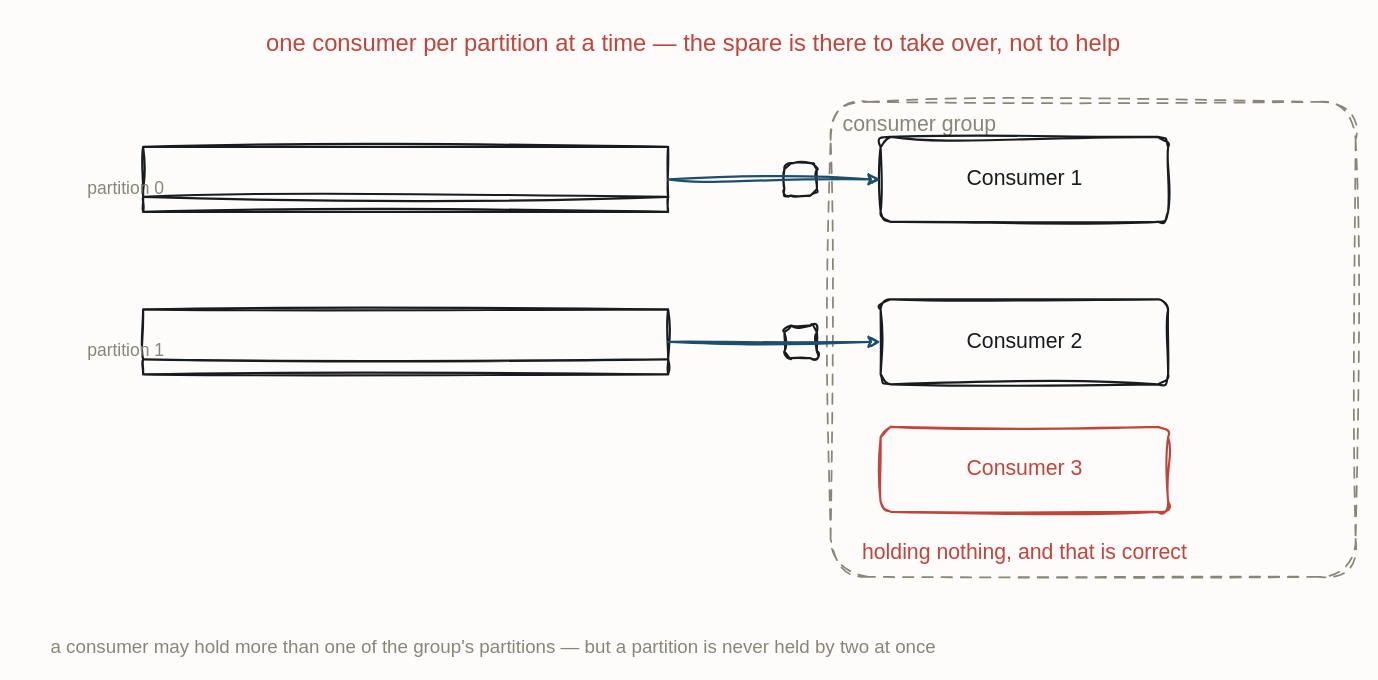
This is resources/qs-stream-consumer-groups.drawio from iancooper/practical-messaging, a draw.io file, before an edit. Source tidied: cells renumbered, new cells numbered last; positions are measured from the earlier drawing's top-left corner, leaving out a move shared by most shapes. Both pictures are drawn from the tidied source at 125%, with x=0, y=0 at pixel (50, 21).
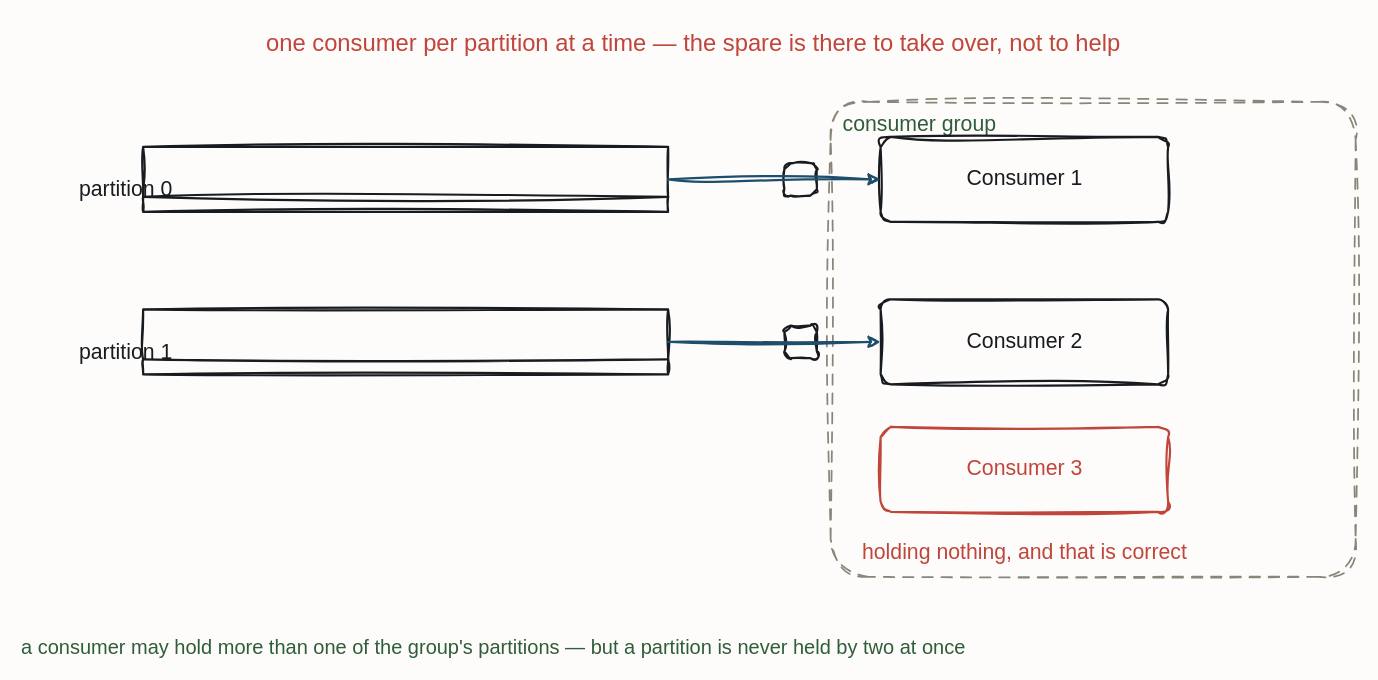
Above is the later version.

Change to the diagram source:
```diff
@@
 <mxGraphModel background="#FDFCFA">
   <root>
     <mxCell id="0" />
     <mxCell id="1" parent="0" />
-    <mxCell id="2" value="consumer group" style="sketch=1;hachureGap=4;jiggle=2;curveFitting=1;fontFamily=Caveat;html=1;rounded=1;arcSize=8;verticalAlign=top;align=left;spacingLeft=8;spacingTop=2;fillColor=none;strokeColor=#8A8578;strokeWidth=1.4;fontColor=#8A8578;fontSize=17;dashed=1;dashPattern=6 5;" parent="1" vertex="1">
+    <mxCell id="2" value="consumer group" style="sketch=1;hachureGap=4;jiggle=2;curveFitting=1;fontFamily=Caveat;html=1;rounded=1;arcSize=8;verticalAlign=top;align=left;spacingLeft=8;spacingTop=2;fillColor=none;strokeColor=#8A8578;strokeWidth=1.4;fontColor=#2F5D3A;fontSize=17;dashed=1;dashPattern=6 5;" parent="1" vertex="1">
       <mxGeometry x="624" y="64" width="420" height="380" as="geometry" />
     </mxCell>
     <mxCell id="3" value="one consumer per partition at a time — the spare is there to take over, not to help" style="text;html=1;align=center;fontFamily=Caveat;fontSize=19;fontColor=#C0453B;" parent="1" vertex="1">
       <mxGeometry x="454" width="120" height="20" as="geometry" />
     </mxCell>
     <mxCell id="4" style="sketch=1;hachureGap=4;jiggle=2;curveFitting=1;fontFamily=Caveat;html=1;shape=table;childLayout=tableLayout;verticalLabelPosition=bottom;verticalAlign=top;strokeColor=#181B1F;strokeWidth=1.7;fillColor=#FDFCFA;fontColor=#181B1F;fontSize=17;" parent="1" vertex="1">
       <mxGeometry x="74" y="100" width="420" height="52" as="geometry" />
     </mxCell>
-    <mxCell id="5" value="partition 0" style="text;html=1;align=center;fontFamily=Caveat;fontSize=14;fontColor=#8A8578;" parent="1" vertex="1">
+    <mxCell id="5" value="partition 0" style="text;html=1;align=center;fontFamily=Caveat;fontSize=17;fontColor=#181B1F;" parent="1" vertex="1">
       <mxGeometry y="118" width="120" height="20" as="geometry" />
     </mxCell>
     <mxCell id="6" value="Consumer 1" style="sketch=1;hachureGap=4;jiggle=2;curveFitting=1;fontFamily=Caveat;html=1;rounded=1;arcSize=12;strokeColor=#181B1F;strokeWidth=1.7;fillColor=none;fontColor=#181B1F;fontSize=17;" parent="1" vertex="1">
       <mxGeometry x="664" y="92" width="230" height="68" as="geometry" />
     </mxCell>
     <mxCell id="7" style="sketch=1;hachureGap=4;jiggle=2;curveFitting=1;fontFamily=Caveat;html=1;rounded=1;arcSize=20;verticalLabelPosition=bottom;verticalAlign=top;strokeColor=#181B1F;strokeWidth=1.7;fillColor=#FDFCFA;fontColor=#181B1F;fontSize=12;" parent="1" vertex="1">
       <mxGeometry x="587" y="113" width="26" height="26" as="geometry" />
     </mxCell>
     <mxCell id="8" style="sketch=1;hachureGap=4;jiggle=2;curveFitting=1;fontFamily=Caveat;html=1;shape=table;childLayout=tableLayout;verticalLabelPosition=bottom;verticalAlign=top;strokeColor=#181B1F;strokeWidth=1.7;fillColor=#FDFCFA;fontColor=#181B1F;fontSize=17;" parent="1" vertex="1">
       <mxGeometry x="74" y="230" width="420" height="52" as="geometry" />
     </mxCell>
-    <mxCell id="9" value="partition 1" style="text;html=1;align=center;fontFamily=Caveat;fontSize=14;fontColor=#8A8578;" parent="1" vertex="1">
+    <mxCell id="9" value="partition 1" style="text;html=1;align=center;fontFamily=Caveat;fontSize=17;fontColor=#181B1F;" parent="1" vertex="1">
       <mxGeometry y="248" width="120" height="20" as="geometry" />
     </mxCell>
     <mxCell id="10" value="Consumer 2" style="sketch=1;hachureGap=4;jiggle=2;curveFitting=1;fontFamily=Caveat;html=1;rounded=1;arcSize=12;strokeColor=#181B1F;strokeWidth=1.7;fillColor=none;fontColor=#181B1F;fontSize=17;" parent="1" vertex="1">
       <mxGeometry x="664" y="222" width="230" height="68" as="geometry" />
     </mxCell>
     <mxCell id="11" style="sketch=1;hachureGap=4;jiggle=2;curveFitting=1;fontFamily=Caveat;html=1;rounded=1;arcSize=20;verticalLabelPosition=bottom;verticalAlign=top;strokeColor=#181B1F;strokeWidth=1.7;fillColor=#FDFCFA;fontColor=#181B1F;fontSize=12;" parent="1" vertex="1">
       <mxGeometry x="587" y="243" width="26" height="26" as="geometry" />
     </mxCell>
     <mxCell id="12" value="Consumer 3" style="sketch=1;hachureGap=4;jiggle=2;curveFitting=1;fontFamily=Caveat;html=1;rounded=1;arcSize=12;strokeColor=#C0453B;strokeWidth=1.7;fillColor=none;fontColor=#C0453B;fontSize=17;" parent="1" vertex="1">
       <mxGeometry x="664" y="324" width="230" height="68" as="geometry" />
     </mxCell>
     <mxCell id="13" value="holding nothing, and that is correct" style="text;html=1;align=center;fontFamily=Caveat;fontSize=17;fontColor=#C0453B;" parent="1" vertex="1">
       <mxGeometry x="719" y="408" width="120" height="20" as="geometry" />
     </mxCell>
-    <mxCell id="14" value="a consumer may hold more than one of the group's partitions — but a partition is never held by two at once" style="text;html=1;align=center;fontFamily=Caveat;fontSize=15;fontColor=#8A8578;" parent="1" vertex="1">
+    <mxCell id="14" value="a consumer may hold more than one of the group's partitions — but a partition is never held by two at once" style="text;html=1;align=center;fontFamily=Caveat;fontSize=16;fontColor=#2F5D3A;" parent="1" vertex="1">
       <mxGeometry x="294" y="484" width="120" height="20" as="geometry" />
     </mxCell>
     <mxCell id="15" style="sketch=1;jiggle=2;curveFitting=1;edgeStyle=none;rounded=0;strokeColor=#1D4E6B;strokeWidth=1.8;fontFamily=Caveat;fontSize=17;fontColor=#1D4E6B;html=1;exitX=1.0;exitY=0.5;exitDx=0;exitDy=0;entryX=0.0;entryY=0.5;entryDx=0;entryDy=0;" parent="1" edge="1" source="4" target="6">
       <mxGeometry relative="1" as="geometry" />
     </mxCell>
     <mxCell id="16" style="sketch=1;jiggle=2;curveFitting=1;edgeStyle=none;rounded=0;strokeColor=#1D4E6B;strokeWidth=1.8;fontFamily=Caveat;fontSize=17;fontColor=#1D4E6B;html=1;exitX=1.0;exitY=0.5;exitDx=0;exitDy=0;entryX=0.0;entryY=0.5;entryDx=0;entryDy=0;" parent="1" edge="1" source="8" target="10">
       <mxGeometry relative="1" as="geometry" />
     </mxCell>
   </root>
 </mxGraphModel>
```
